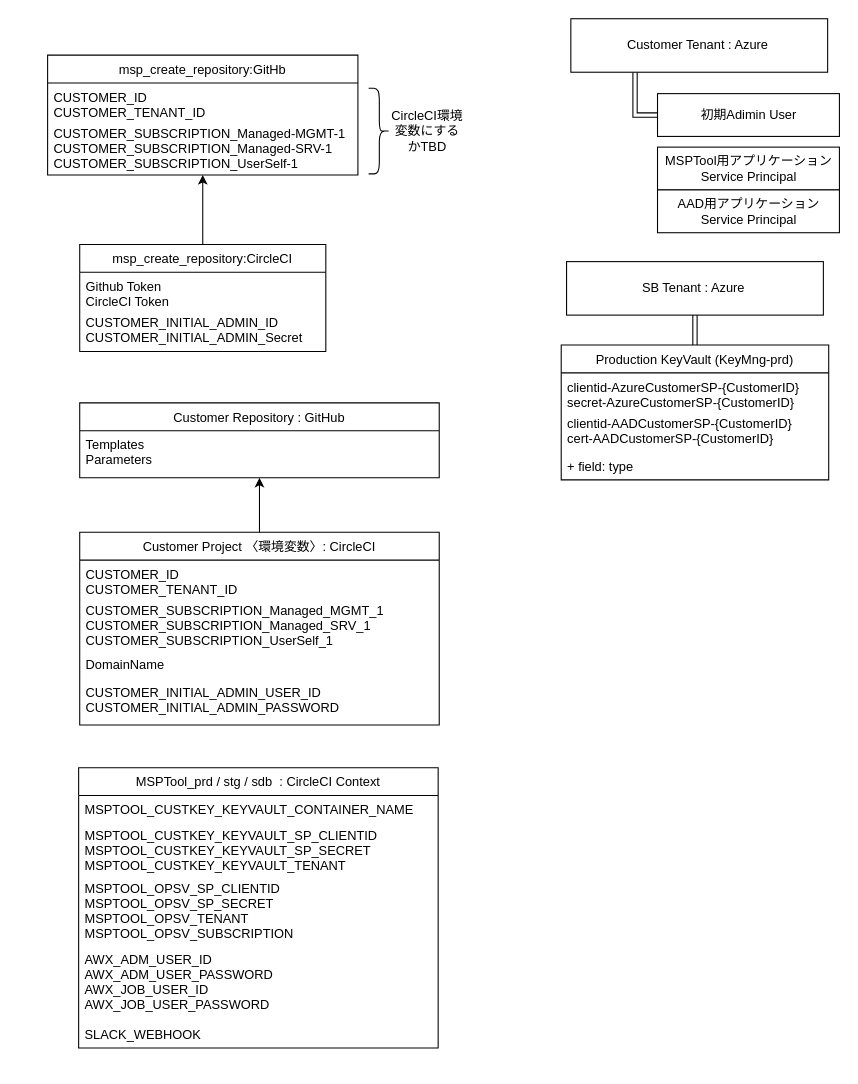
This is doc/名称未設定ファイル.drawio from katok614/testtest, a draw.io file, before an edit. Source tidied: cells renumbered, new cells numbered last; positions are measured from the earlier drawing's top-left corner, leaving out a move shared by most shapes. Both pictures are drawn from the tidied source at 107%, with x=0, y=0 at pixel (47, 18).
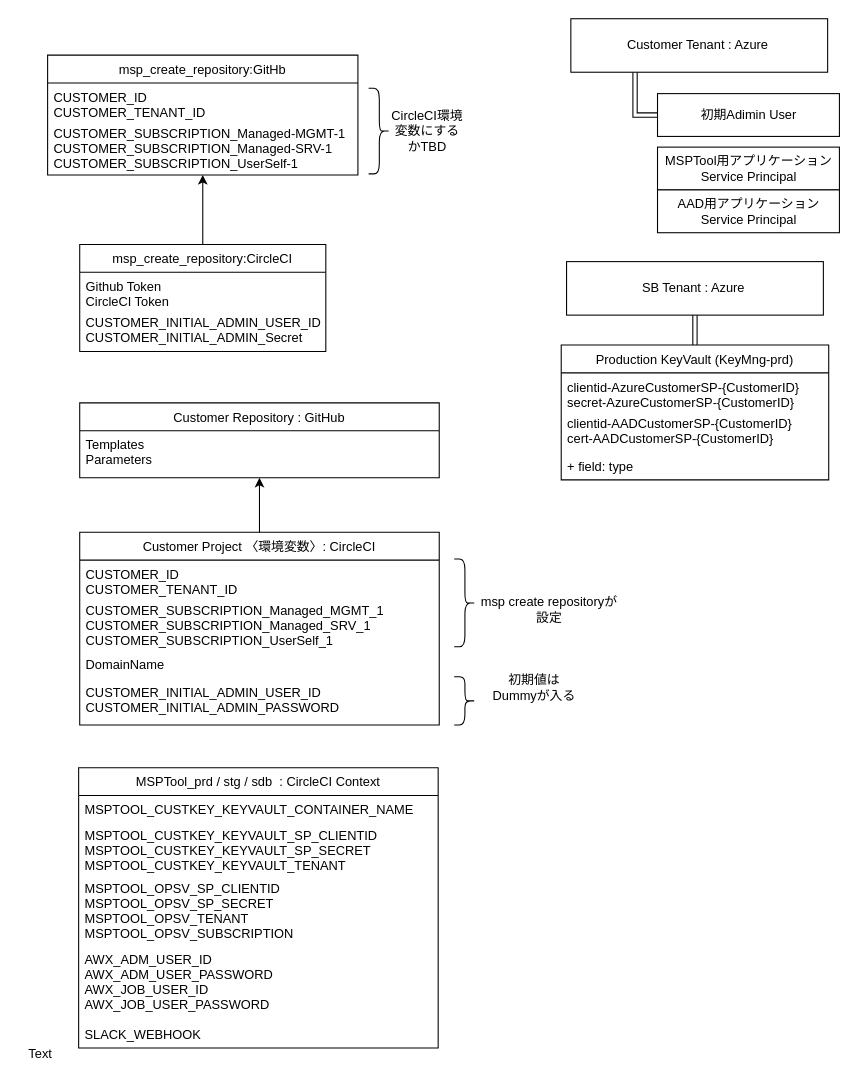
After the change.

Commit message:
名称未設定ファイル.drawio を更新します

The change refers to these unchanged cells:
```xml
<mxCell id="6" value="msp_create_repository:CircleCI" style="swimlane;fontStyle=0;horizontal=1;startSize=26;fillColor=none;" parent="1" vertex="1">
  <mxGeometry x="30" y="211" width="230" height="100" as="geometry" />
</mxCell>
```

What changed in the source:
```diff
@@
-    <mxCell id="8" value="CUSTOMER_INITIAL_ADMIN_ID&#10;CUSTOMER_INITIAL_ADMIN_Secret&#10;" style="text;strokeColor=none;fillColor=none;align=left;verticalAlign=top;spacingLeft=4;spacingRight=4;overflow=hidden;" parent="6" vertex="1">
+    <mxCell id="8" value="CUSTOMER_INITIAL_ADMIN_USER_ID&#10;CUSTOMER_INITIAL_ADMIN_Secret&#10;" style="text;strokeColor=none;fillColor=none;align=left;verticalAlign=top;spacingLeft=4;spacingRight=4;overflow=hidden;" parent="6" vertex="1">
       <mxGeometry y="60" width="230" height="40" as="geometry" />
     </mxCell>
@@
+    <mxCell id="36" value="Text" style="text;html=1;align=center;verticalAlign=middle;" parent="1" vertex="1">
+      <mxGeometry x="-27" y="958" width="40" height="20" as="geometry" />
+    </mxCell>
+    <mxCell id="37" style="shape=curlyBracket;whiteSpace=wrap;html=1;rounded=1;direction=west;" parent="1" vertex="1">
+      <mxGeometry x="380" y="615" width="20" height="45" as="geometry" />
+    </mxCell>
+    <mxCell id="38" value="初期値はDummyが入る" style="text;html=1;strokeColor=none;fillColor=none;align=center;verticalAlign=middle;whiteSpace=wrap;rounded=0;" parent="1" vertex="1">
+      <mxGeometry x="410" y="615" width="90" height="20" as="geometry" />
+    </mxCell>
+    <mxCell id="39" style="shape=curlyBracket;whiteSpace=wrap;html=1;rounded=1;direction=west;" parent="1" vertex="1">
+      <mxGeometry x="380" y="505" width="20" height="82" as="geometry" />
+    </mxCell>
+    <mxCell id="40" value="msp create repositoryが設定" style="text;html=1;strokeColor=none;fillColor=none;align=center;verticalAlign=middle;whiteSpace=wrap;rounded=0;" parent="1" vertex="1">
+      <mxGeometry x="399" y="542" width="140" height="20" as="geometry" />
+    </mxCell>
```
